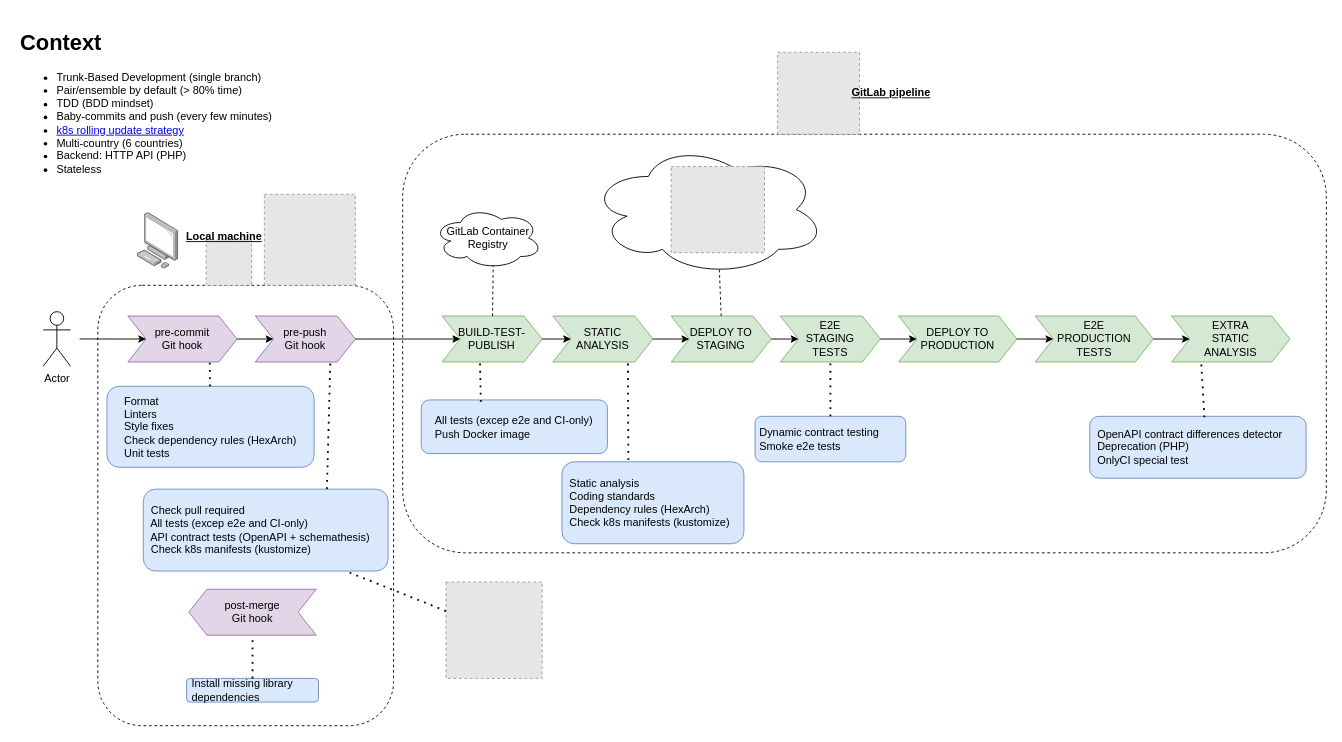
This is page "Habitissimo" (2 of 2) of talk-master-urjc-continuous-deployment/Charla URJC Despliegue Continuo.drawio from islomar/my-notes, a draw.io file, before an edit. Source tidied: cells renumbered, new cells numbered last; positions are measured from the earlier drawing's top-left corner, leaving out a move shared by most shapes. Both pictures are drawn from the tidied source at 91%, with x=0, y=0 at pixel (15, 25). Pictures stored in the file or linked from it are replaced by grey dashed boxes.
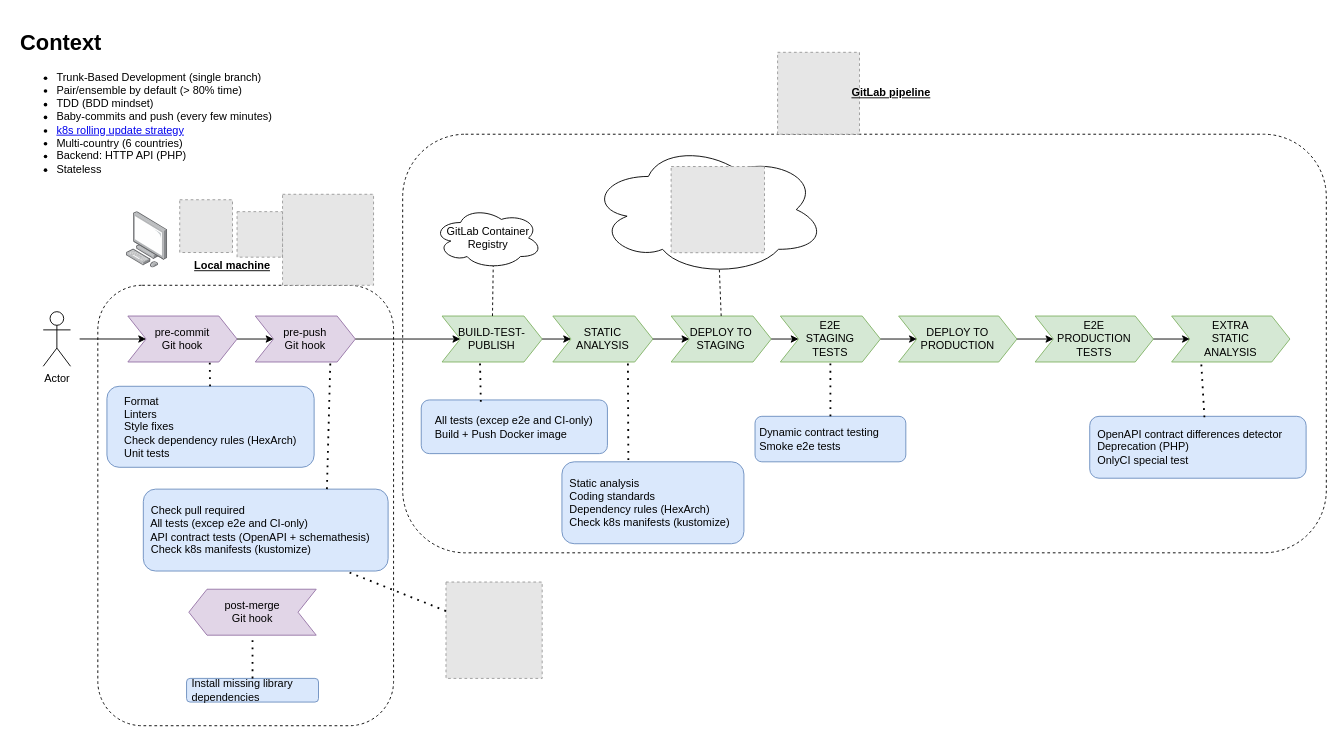
The same page after the edit.

The edit, as a diff of the source:
```diff
@@
-    <mxCell id="5" style="fillColor=#E6E6E6;strokeColor=#999999;dashed=1;verticalLabelPosition=bottom;labelBackgroundColor=default;verticalAlign=top;" parent="1" vertex="1">
-      <mxGeometry x="209" y="236" width="50" height="50" as="geometry" />
-    </mxCell>
-    <mxCell id="6" style="html=1;align=center;shadow=0;dashed=0;image;image=img/lib/allied_telesis/computer_and_terminals/Personal_Computer.svg;" parent="1" vertex="1">
-      <mxGeometry x="133.4" y="206.2" width="45.6" height="61.8" as="geometry" />
-    </mxCell>
@@
-    <mxCell id="17" value="&lt;div style=&quot;text-align: left;&quot;&gt;All tests (excep e2e and CI-only)&lt;br&gt;&lt;/div&gt;&lt;div style=&quot;text-align: left;&quot;&gt;Push Docker image&lt;/div&gt;" style="rounded=1;whiteSpace=wrap;html=1;fillColor=#dae8fc;strokeColor=#6c8ebf;" parent="1" vertex="1">
+    <mxCell id="17" value="&lt;div style=&quot;text-align: left;&quot;&gt;All tests (excep e2e and CI-only)&lt;br&gt;&lt;/div&gt;&lt;div style=&quot;text-align: left;&quot;&gt;Build + Push Docker image&lt;/div&gt;" style="rounded=1;whiteSpace=wrap;html=1;fillColor=#dae8fc;strokeColor=#6c8ebf;" parent="1" vertex="1">
       <mxGeometry x="445.4" y="412" width="204.6" height="59" as="geometry" />
     </mxCell>
@@
-    <mxCell id="35" value="Local machine" style="text;html=1;strokeColor=none;fillColor=none;align=center;verticalAlign=middle;whiteSpace=wrap;rounded=0;dashed=1;fontStyle=5;" parent="1" vertex="1">
-      <mxGeometry x="174" y="218.1" width="110" height="30" as="geometry" />
-    </mxCell>
@@
-    <mxCell id="41" style="fillColor=#E6E6E6;strokeColor=#999999;dashed=1;verticalLabelPosition=bottom;labelBackgroundColor=default;verticalAlign=top;" parent="1" vertex="1">
-      <mxGeometry x="273" y="186" width="100" height="100" as="geometry" />
-    </mxCell>
@@
+    <mxCell id="52" style="fillColor=#E6E6E6;strokeColor=#999999;dashed=1;verticalLabelPosition=bottom;labelBackgroundColor=default;verticalAlign=top;" parent="1" vertex="1">
+      <mxGeometry x="243" y="205.1" width="50" height="50" as="geometry" />
+    </mxCell>
+    <mxCell id="53" style="html=1;align=center;shadow=0;dashed=0;image;image=img/lib/allied_telesis/computer_and_terminals/Personal_Computer.svg;" parent="1" vertex="1">
+      <mxGeometry x="121.2" y="205.1" width="45.6" height="61.8" as="geometry" />
+    </mxCell>
+    <mxCell id="35" value="Local machine" style="text;html=1;strokeColor=none;fillColor=none;align=center;verticalAlign=middle;whiteSpace=wrap;rounded=0;dashed=1;fontStyle=5;" parent="1" vertex="1">
+      <mxGeometry x="183" y="250" width="110" height="30" as="geometry" />
+    </mxCell>
+    <mxCell id="54" style="fillColor=#E6E6E6;strokeColor=#999999;dashed=1;verticalLabelPosition=bottom;labelBackgroundColor=default;verticalAlign=top;" parent="1" vertex="1">
+      <mxGeometry x="293" y="186" width="100" height="100" as="geometry" />
+    </mxCell>
+    <mxCell id="55" style="fillColor=#E6E6E6;strokeColor=#999999;dashed=1;verticalLabelPosition=bottom;labelBackgroundColor=default;verticalAlign=top;" parent="1" vertex="1">
+      <mxGeometry x="180" y="192" width="58" height="58" as="geometry" />
+    </mxCell>
```
